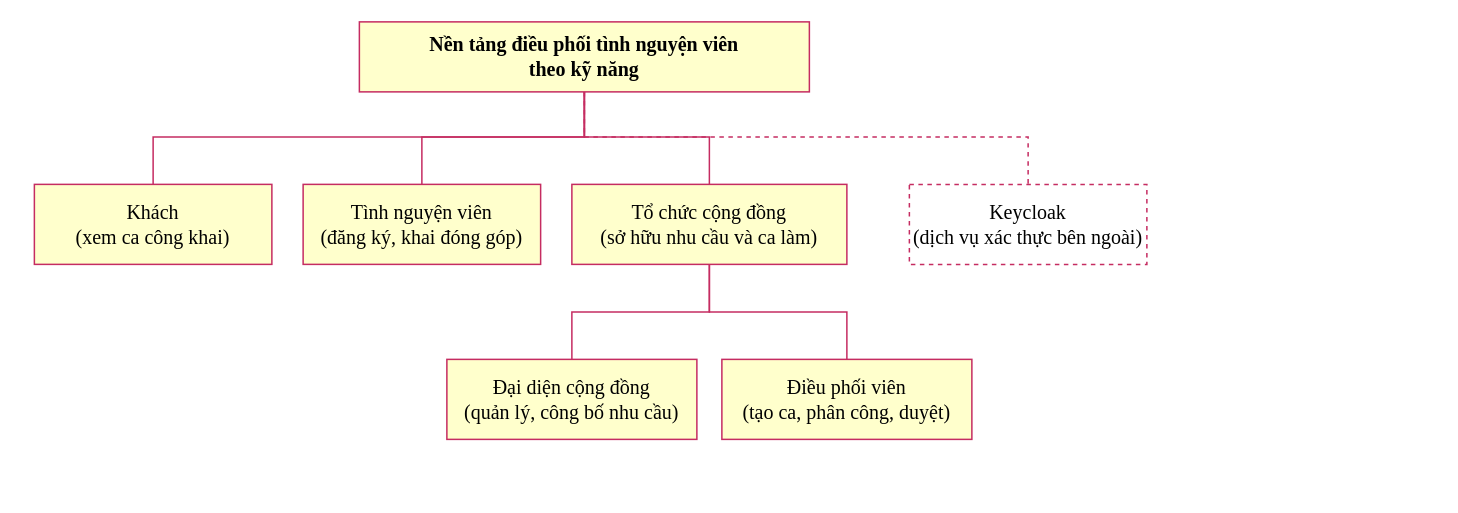
Above: docs/so_do/drawio/So_do_1_01_So_do_to_chuc.drawio in kanishere55/OOSD_NenTangDieuPhoi_TNV (draw.io), before the change. Source tidied: cells renumbered, new cells numbered last; positions are measured from the earlier drawing's top-left corner, leaving out a move shared by most shapes. Both pictures are drawn from the tidied source at 125%, with x=0, y=0 at pixel (34, 21).
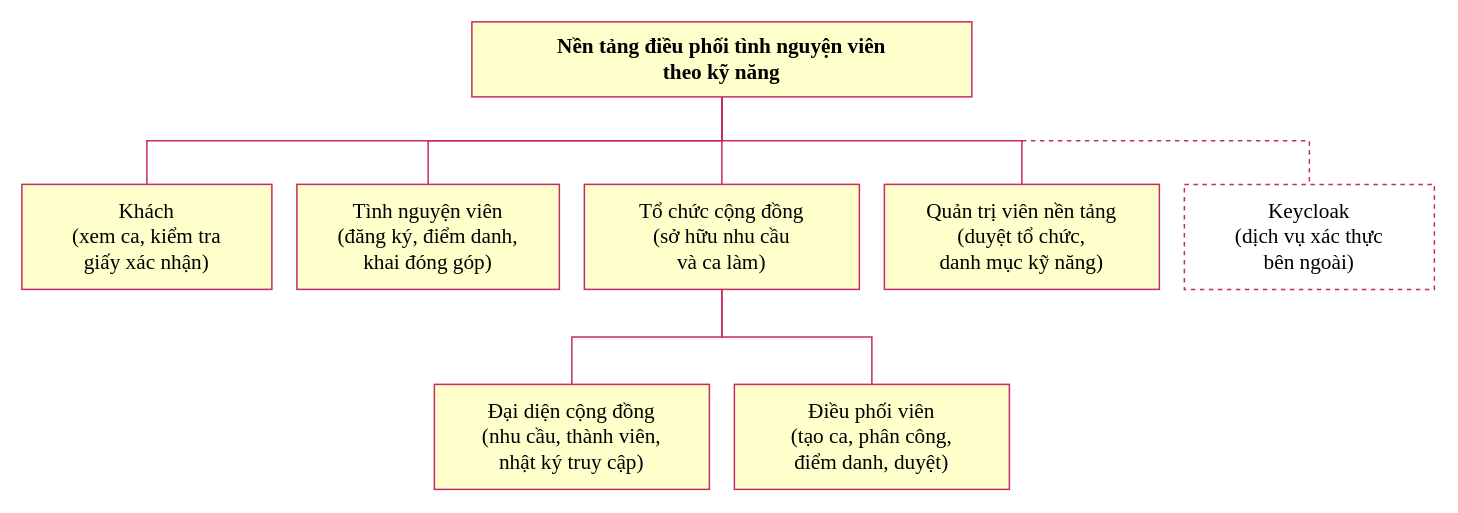
After the change.

Change to the diagram source:
```diff
@@
-    <mxCell id="2" value="Nền tảng điều phối tình nguyện viên&#10;theo kỹ năng" style="fontFamily=Times New Roman;fontColor=#000000;strokeColor=#c52c61;strokeWidth=1.2;html=0;whiteSpace=wrap;rounded=0;fillColor=#ffffcc;align=center;verticalAlign=middle;fontSize=16;fontStyle=1;spacing=4;" parent="1" vertex="1">
-      <mxGeometry x="260" width="360" height="56" as="geometry" />
+    <mxCell id="2" value="Nền tảng điều phối tình nguyện viên&#10;theo kỹ năng" style="fontFamily=Times New Roman;fontColor=#000000;html=0;whiteSpace=wrap;fillColor=#ffffcc;strokeColor=#c52c61;strokeWidth=1.2;fontSize=17;align=center;verticalAlign=middle;fontStyle=1;" parent="1" vertex="1">
+      <mxGeometry x="350" width="400" height="60" as="geometry" />
     </mxCell>
-    <mxCell id="3" value="Khách&#10;(xem ca công khai)" style="fontFamily=Times New Roman;fontColor=#000000;strokeColor=#c52c61;strokeWidth=1.2;html=0;whiteSpace=wrap;rounded=0;fillColor=#ffffcc;align=center;verticalAlign=middle;fontSize=16;fontStyle=0;spacing=4;" parent="1" vertex="1">
-      <mxGeometry y="130" width="190" height="64" as="geometry" />
+    <mxCell id="3" value="Khách&#10;(xem ca, kiểm tra&#10;giấy xác nhận)" style="fontFamily=Times New Roman;fontColor=#000000;html=0;whiteSpace=wrap;fillColor=#ffffcc;strokeColor=#c52c61;strokeWidth=1.2;fontSize=17;align=center;verticalAlign=middle;" parent="1" vertex="1">
+      <mxGeometry x="-10" y="130" width="200" height="84" as="geometry" />
     </mxCell>
-    <mxCell id="4" value="Tình nguyện viên&#10;(đăng ký, khai đóng góp)" style="fontFamily=Times New Roman;fontColor=#000000;strokeColor=#c52c61;strokeWidth=1.2;html=0;whiteSpace=wrap;rounded=0;fillColor=#ffffcc;align=center;verticalAlign=middle;fontSize=16;fontStyle=0;spacing=4;" parent="1" vertex="1">
-      <mxGeometry x="215" y="130" width="190" height="64" as="geometry" />
+    <mxCell id="4" value="Tình nguyện viên&#10;(đăng ký, điểm danh,&#10;khai đóng góp)" style="fontFamily=Times New Roman;fontColor=#000000;html=0;whiteSpace=wrap;fillColor=#ffffcc;strokeColor=#c52c61;strokeWidth=1.2;fontSize=17;align=center;verticalAlign=middle;" parent="1" vertex="1">
+      <mxGeometry x="210" y="130" width="210" height="84" as="geometry" />
     </mxCell>
-    <mxCell id="5" value="Tổ chức cộng đồng&#10;(sở hữu nhu cầu và ca làm)" style="fontFamily=Times New Roman;fontColor=#000000;strokeColor=#c52c61;strokeWidth=1.2;html=0;whiteSpace=wrap;rounded=0;fillColor=#ffffcc;align=center;verticalAlign=middle;fontSize=16;fontStyle=0;spacing=4;" parent="1" vertex="1">
-      <mxGeometry x="430" y="130" width="220" height="64" as="geometry" />
+    <mxCell id="5" value="Tổ chức cộng đồng&#10;(sở hữu nhu cầu&#10;và ca làm)" style="fontFamily=Times New Roman;fontColor=#000000;html=0;whiteSpace=wrap;fillColor=#ffffcc;strokeColor=#c52c61;strokeWidth=1.2;fontSize=17;align=center;verticalAlign=middle;" parent="1" vertex="1">
+      <mxGeometry x="440" y="130" width="220" height="84" as="geometry" />
     </mxCell>
+    <mxCell id="15" value="Quản trị viên nền tảng&#10;(duyệt tổ chức,&#10;danh mục kỹ năng)" style="fontFamily=Times New Roman;fontColor=#000000;html=0;whiteSpace=wrap;fillColor=#ffffcc;strokeColor=#c52c61;strokeWidth=1.2;fontSize=17;align=center;verticalAlign=middle;" parent="1" vertex="1">
+      <mxGeometry x="680" y="130" width="220" height="84" as="geometry" />
+    </mxCell>
-    <mxCell id="6" value="Keycloak&#10;(dịch vụ xác thực bên ngoài)" style="fontFamily=Times New Roman;fontColor=#000000;strokeColor=#c52c61;strokeWidth=1.2;html=0;whiteSpace=wrap;rounded=0;fillColor=#ffffff;align=center;verticalAlign=middle;fontSize=16;fontStyle=0;spacing=4;dashed=1;" parent="1" vertex="1">
-      <mxGeometry x="700" y="130" width="190" height="64" as="geometry" />
+    <mxCell id="6" value="Keycloak&#10;(dịch vụ xác thực&#10;bên ngoài)" style="fontFamily=Times New Roman;fontColor=#000000;html=0;whiteSpace=wrap;fillColor=#ffffff;strokeColor=#c52c61;strokeWidth=1.2;fontSize=17;align=center;verticalAlign=middle;dashed=1;" parent="1" vertex="1">
+      <mxGeometry x="920" y="130" width="200" height="84" as="geometry" />
     </mxCell>
-    <mxCell id="7" value="Đại diện cộng đồng&#10;(quản lý, công bố nhu cầu)" style="fontFamily=Times New Roman;fontColor=#000000;strokeColor=#c52c61;strokeWidth=1.2;html=0;whiteSpace=wrap;rounded=0;fillColor=#ffffcc;align=center;verticalAlign=middle;fontSize=16;fontStyle=0;spacing=4;" parent="1" vertex="1">
-      <mxGeometry x="330" y="270" width="200" height="64" as="geometry" />
+    <mxCell id="7" value="Đại diện cộng đồng&#10;(nhu cầu, thành viên,&#10;nhật ký truy cập)" style="fontFamily=Times New Roman;fontColor=#000000;html=0;whiteSpace=wrap;fillColor=#ffffcc;strokeColor=#c52c61;strokeWidth=1.2;fontSize=17;align=center;verticalAlign=middle;" parent="1" vertex="1">
+      <mxGeometry x="320" y="290" width="220" height="84" as="geometry" />
     </mxCell>
-    <mxCell id="8" value="Điều phối viên&#10;(tạo ca, phân công, duyệt)" style="fontFamily=Times New Roman;fontColor=#000000;strokeColor=#c52c61;strokeWidth=1.2;html=0;whiteSpace=wrap;rounded=0;fillColor=#ffffcc;align=center;verticalAlign=middle;fontSize=16;fontStyle=0;spacing=4;" parent="1" vertex="1">
-      <mxGeometry x="550" y="270" width="200" height="64" as="geometry" />
+    <mxCell id="8" value="Điều phối viên&#10;(tạo ca, phân công,&#10;điểm danh, duyệt)" style="fontFamily=Times New Roman;fontColor=#000000;html=0;whiteSpace=wrap;fillColor=#ffffcc;strokeColor=#c52c61;strokeWidth=1.2;fontSize=17;align=center;verticalAlign=middle;" parent="1" vertex="1">
+      <mxGeometry x="560" y="290" width="220" height="84" as="geometry" />
     </mxCell>
-    <mxCell id="9" style="fontFamily=Times New Roman;fontColor=#000000;strokeColor=#c52c61;strokeWidth=1.2;html=0;rounded=0;fontSize=13;labelBackgroundColor=#ffffff;endArrow=none;edgeStyle=orthogonalEdgeStyle;exitX=0.5;exitY=1;exitDx=0;exitDy=0;entryX=0.5;entryY=0;entryDx=0;entryDy=0;" parent="1" edge="1" source="2" target="3">
-      <mxGeometry relative="1" as="geometry">
-        <Array as="points">
-          <mxPoint x="440" y="92" />
-        </Array>
-      </mxGeometry>
-    </mxCell>
-    <mxCell id="10" style="fontFamily=Times New Roman;fontColor=#000000;strokeColor=#c52c61;strokeWidth=1.2;html=0;rounded=0;fontSize=13;labelBackgroundColor=#ffffff;endArrow=none;edgeStyle=orthogonalEdgeStyle;exitX=0.5;exitY=1;exitDx=0;exitDy=0;entryX=0.5;entryY=0;entryDx=0;entryDy=0;" parent="1" edge="1" source="2" target="4">
-      <mxGeometry relative="1" as="geometry">
-        <Array as="points">
-          <mxPoint x="440" y="92" />
-        </Array>
-      </mxGeometry>
-    </mxCell>
-    <mxCell id="11" style="fontFamily=Times New Roman;fontColor=#000000;strokeColor=#c52c61;strokeWidth=1.2;html=0;rounded=0;fontSize=13;labelBackgroundColor=#ffffff;endArrow=none;edgeStyle=orthogonalEdgeStyle;exitX=0.5;exitY=1;exitDx=0;exitDy=0;entryX=0.5;entryY=0;entryDx=0;entryDy=0;" parent="1" edge="1" source="2" target="5">
-      <mxGeometry relative="1" as="geometry">
-        <Array as="points">
-          <mxPoint x="440" y="92" />
-        </Array>
-      </mxGeometry>
-    </mxCell>
-    <mxCell id="12" style="fontFamily=Times New Roman;fontColor=#000000;strokeColor=#c52c61;strokeWidth=1.2;html=0;rounded=0;fontSize=13;labelBackgroundColor=#ffffff;endArrow=none;dashed=1;edgeStyle=orthogonalEdgeStyle;exitX=0.5;exitY=1;exitDx=0;exitDy=0;entryX=0.5;entryY=0;entryDx=0;entryDy=0;" parent="1" edge="1" source="2" target="6">
-      <mxGeometry relative="1" as="geometry">
-        <Array as="points">
-          <mxPoint x="440" y="92" />
-        </Array>
-      </mxGeometry>
-    </mxCell>
-    <mxCell id="13" style="fontFamily=Times New Roman;fontColor=#000000;strokeColor=#c52c61;strokeWidth=1.2;html=0;rounded=0;fontSize=13;labelBackgroundColor=#ffffff;endArrow=none;edgeStyle=orthogonalEdgeStyle;exitX=0.5;exitY=1;exitDx=0;exitDy=0;entryX=0.5;entryY=0;entryDx=0;entryDy=0;" parent="1" edge="1" source="5" target="7">
-      <mxGeometry relative="1" as="geometry">
-        <Array as="points">
-          <mxPoint x="540" y="232" />
-        </Array>
-      </mxGeometry>
-    </mxCell>
-    <mxCell id="14" style="fontFamily=Times New Roman;fontColor=#000000;strokeColor=#c52c61;strokeWidth=1.2;html=0;rounded=0;fontSize=13;labelBackgroundColor=#ffffff;endArrow=none;edgeStyle=orthogonalEdgeStyle;exitX=0.5;exitY=1;exitDx=0;exitDy=0;entryX=0.5;entryY=0;entryDx=0;entryDy=0;" parent="1" edge="1" source="5" target="8">
-      <mxGeometry relative="1" as="geometry">
-        <Array as="points">
-          <mxPoint x="540" y="232" />
-        </Array>
-      </mxGeometry>
-    </mxCell>
+    <mxCell id="16" style="strokeColor=#c52c61;strokeWidth=1.2;html=0;rounded=0;endArrow=none;" parent="1" edge="1">
+      <mxGeometry relative="1" as="geometry">
+        <mxPoint x="550" y="60" as="sourcePoint" />
+        <mxPoint x="90" y="130" as="targetPoint" />
+        <Array as="points">
+          <mxPoint x="550" y="95" />
+          <mxPoint x="90" y="95" />
+        </Array>
+      </mxGeometry>
+    </mxCell>
+    <mxCell id="17" style="strokeColor=#c52c61;strokeWidth=1.2;html=0;rounded=0;endArrow=none;" parent="1" edge="1">
+      <mxGeometry relative="1" as="geometry">
+        <mxPoint x="550" y="60" as="sourcePoint" />
+        <mxPoint x="315" y="130" as="targetPoint" />
+        <Array as="points">
+          <mxPoint x="550" y="95" />
+          <mxPoint x="315" y="95" />
+        </Array>
+      </mxGeometry>
+    </mxCell>
+    <mxCell id="18" style="strokeColor=#c52c61;strokeWidth=1.2;html=0;rounded=0;endArrow=none;" parent="1" edge="1">
+      <mxGeometry relative="1" as="geometry">
+        <mxPoint x="550" y="60" as="sourcePoint" />
+        <mxPoint x="550" y="130" as="targetPoint" />
+        <Array as="points">
+          <mxPoint x="550" y="95" />
+          <mxPoint x="550" y="95" />
+        </Array>
+      </mxGeometry>
+    </mxCell>
+    <mxCell id="19" style="strokeColor=#c52c61;strokeWidth=1.2;html=0;rounded=0;endArrow=none;" parent="1" edge="1">
+      <mxGeometry relative="1" as="geometry">
+        <mxPoint x="550" y="60" as="sourcePoint" />
+        <mxPoint x="790" y="130" as="targetPoint" />
+        <Array as="points">
+          <mxPoint x="550" y="95" />
+          <mxPoint x="790" y="95" />
+        </Array>
+      </mxGeometry>
+    </mxCell>
+    <mxCell id="20" style="strokeColor=#c52c61;strokeWidth=1.2;html=0;rounded=0;endArrow=none;dashed=1;" parent="1" edge="1">
+      <mxGeometry relative="1" as="geometry">
+        <mxPoint x="790" y="95" as="sourcePoint" />
+        <mxPoint x="1020" y="130" as="targetPoint" />
+        <Array as="points">
+          <mxPoint x="1020" y="95" />
+        </Array>
+      </mxGeometry>
+    </mxCell>
+    <mxCell id="21" style="strokeColor=#c52c61;strokeWidth=1.2;html=0;rounded=0;endArrow=none;" parent="1" edge="1">
+      <mxGeometry relative="1" as="geometry">
+        <mxPoint x="550" y="214" as="sourcePoint" />
+        <mxPoint x="430" y="290" as="targetPoint" />
+        <Array as="points">
+          <mxPoint x="550" y="252" />
+          <mxPoint x="430" y="252" />
+        </Array>
+      </mxGeometry>
+    </mxCell>
+    <mxCell id="22" style="strokeColor=#c52c61;strokeWidth=1.2;html=0;rounded=0;endArrow=none;" parent="1" edge="1">
+      <mxGeometry relative="1" as="geometry">
+        <mxPoint x="550" y="214" as="sourcePoint" />
+        <mxPoint x="670" y="290" as="targetPoint" />
+        <Array as="points">
+          <mxPoint x="550" y="252" />
+          <mxPoint x="670" y="252" />
+        </Array>
+      </mxGeometry>
+    </mxCell>
```
